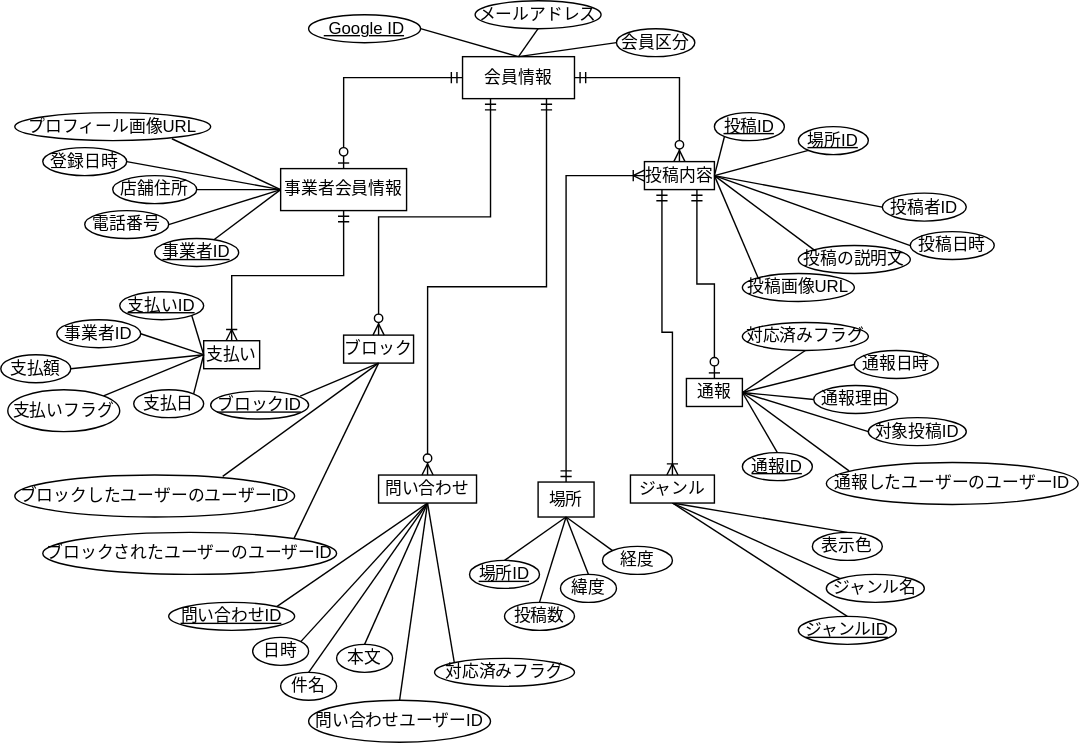
The draw.io diagram sections/section8_database.svg in KUT-Group12/external-design, before a commit. Source tidied: cells renumbered, new cells last; positions are measured from the earlier drawing's top-left corner, leaving out a move shared by most shapes.
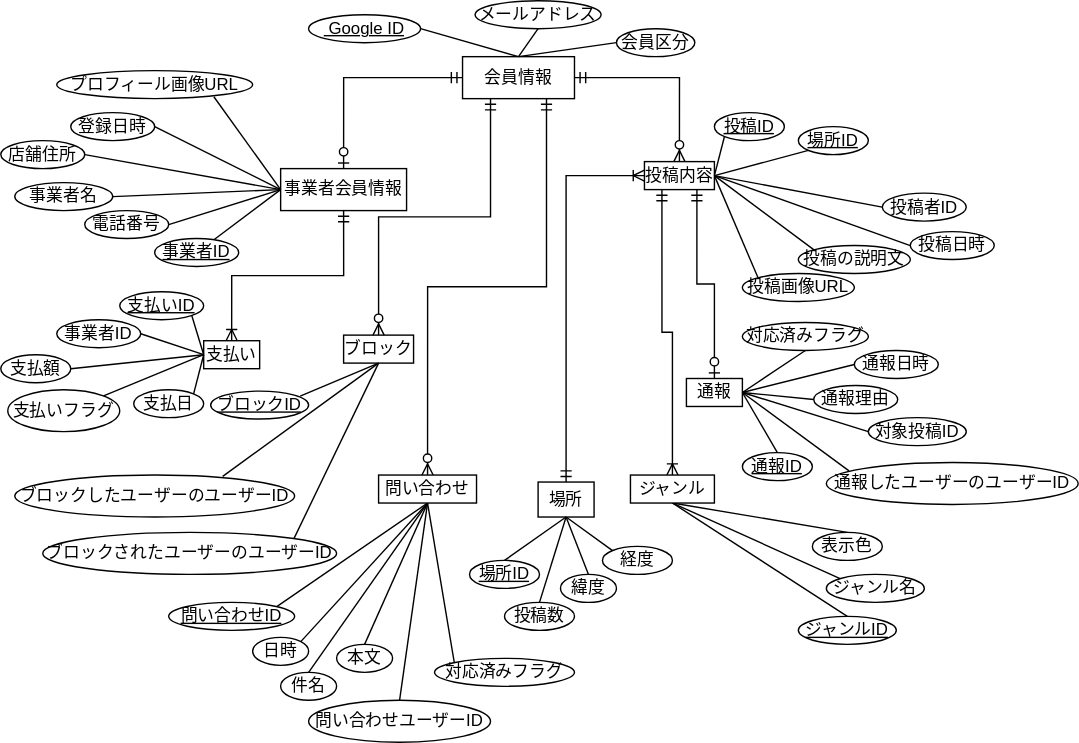
The same file after the commit.

Commit message:
docs : 事業者会員情報に「事業者名」を追加

Change to the diagram source:
```diff
@@ -37,13 +37,13 @@
       <mxGeometry x="60" y="150" width="60" height="20" as="geometry" />
     </mxCell>
     <mxCell id="12" value="店舗住所" style="ellipse;whiteSpace=wrap;html=1;align=center;" parent="1" vertex="1">
-      <mxGeometry x="80" y="125" width="60" height="20" as="geometry" />
+      <mxGeometry y="100" width="60" height="20" as="geometry" />
     </mxCell>
     <mxCell id="13" value="登録日時" style="ellipse;whiteSpace=wrap;html=1;align=center;" parent="1" vertex="1">
-      <mxGeometry x="30" y="105" width="60" height="20" as="geometry" />
+      <mxGeometry x="50" y="80" width="60" height="20" as="geometry" />
     </mxCell>
     <mxCell id="14" value="プロフィール画像URL" style="ellipse;whiteSpace=wrap;html=1;align=center;" parent="1" vertex="1">
-      <mxGeometry x="10" y="80" width="140" height="20" as="geometry" />
+      <mxGeometry x="40" y="50" width="140" height="20" as="geometry" />
     </mxCell>
     <mxCell id="15" style="endArrow=none;html=1;rounded=0;entryX=0;entryY=0.5;entryDx=0;entryDy=0;" parent="1" edge="1" source="10" target="9">
       <mxGeometry relative="1" as="geometry" />
@@ -321,5 +321,11 @@
     <mxCell id="104" style="edgeStyle=orthogonalEdgeStyle;fontSize=12;html=1;endArrow=ERoneToMany;startArrow=ERmandOne;rounded=0;exitX=0.5;exitY=0;exitDx=0;exitDy=0;entryX=0;entryY=0.5;entryDx=0;entryDy=0;" parent="1" edge="1" source="94" target="40">
       <mxGeometry relative="1" as="geometry" />
     </mxCell>
+    <mxCell id="105" value="事業者名" style="ellipse;whiteSpace=wrap;html=1;align=center;" parent="1" vertex="1">
+      <mxGeometry x="10" y="130" width="70" height="20" as="geometry" />
+    </mxCell>
+    <mxCell id="106" style="endArrow=none;html=1;rounded=0;entryX=0;entryY=0.5;entryDx=0;entryDy=0;exitX=1;exitY=0.5;exitDx=0;exitDy=0;" parent="1" edge="1" source="105" target="9">
+      <mxGeometry relative="1" as="geometry" />
+    </mxCell>
   </root>
 </mxGraphModel>
```
